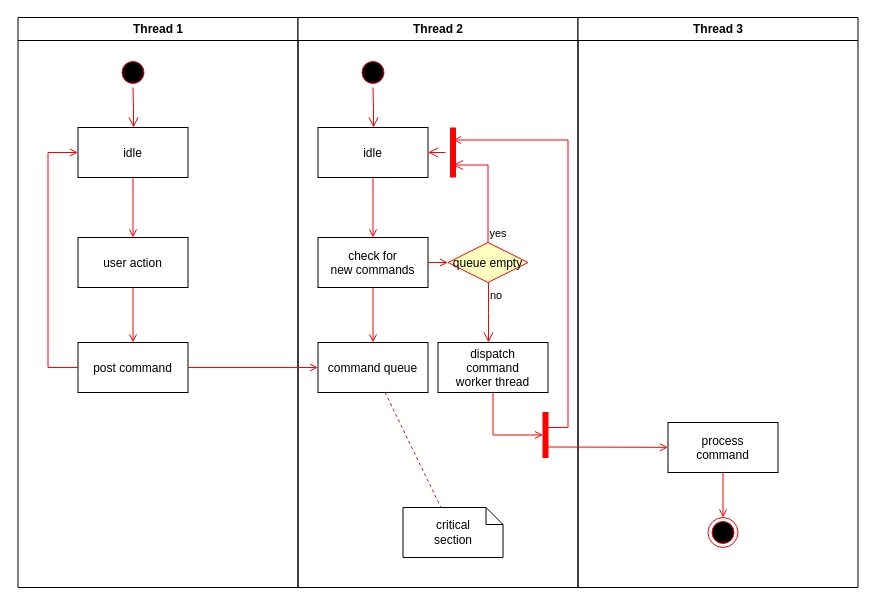
The draw.io diagram Untitled Diagram.drawio in goodKory/styleguide, before the edit. Source tidied: cells renumbered, new cells numbered last; positions are measured from the earlier drawing's top-left corner, leaving out a move shared by most shapes. Both pictures are drawn from the tidied source at 100%, with x=0, y=0 at pixel (17, 17).
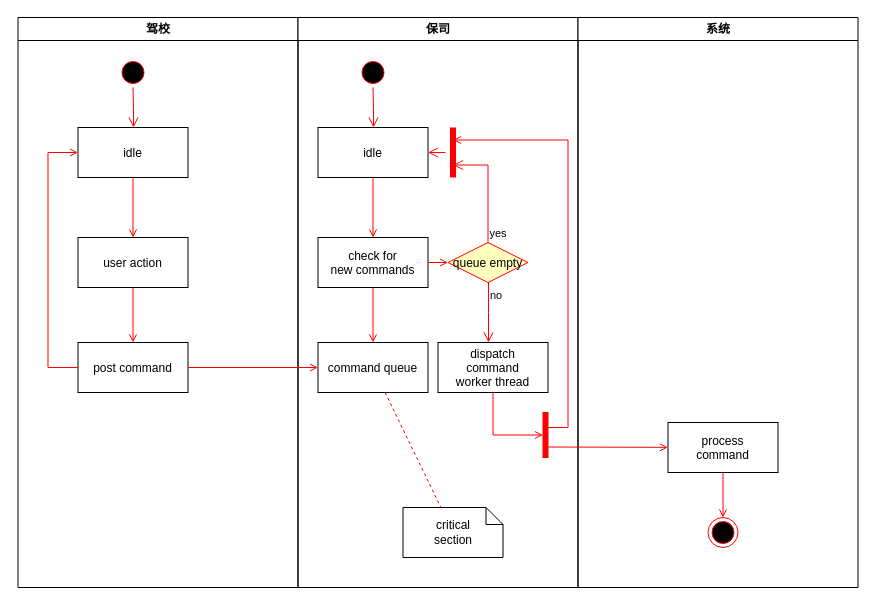
After the change.

What changed in the source:
```diff
@@
-    <mxCell id="2" value="Thread 1" style="swimlane;whiteSpace=wrap;" parent="1" vertex="1">
+    <mxCell id="2" value="驾校" style="swimlane;whiteSpace=wrap;" parent="1" vertex="1">
       <mxGeometry x="0.5" width="280" height="570" as="geometry" />
     </mxCell>
@@
-    <mxCell id="11" value="Thread 2" style="swimlane;whiteSpace=wrap;" parent="1" vertex="1">
+    <mxCell id="11" value="保司" style="swimlane;whiteSpace=wrap;" parent="1" vertex="1">
       <mxGeometry x="280.5" width="280" height="570" as="geometry" />
     </mxCell>
@@
-    <mxCell id="30" value="Thread 3" style="swimlane;whiteSpace=wrap;" parent="1" vertex="1">
+    <mxCell id="30" value="系统" style="swimlane;whiteSpace=wrap;" parent="1" vertex="1">
       <mxGeometry x="560.5" width="280" height="570" as="geometry" />
     </mxCell>
```
